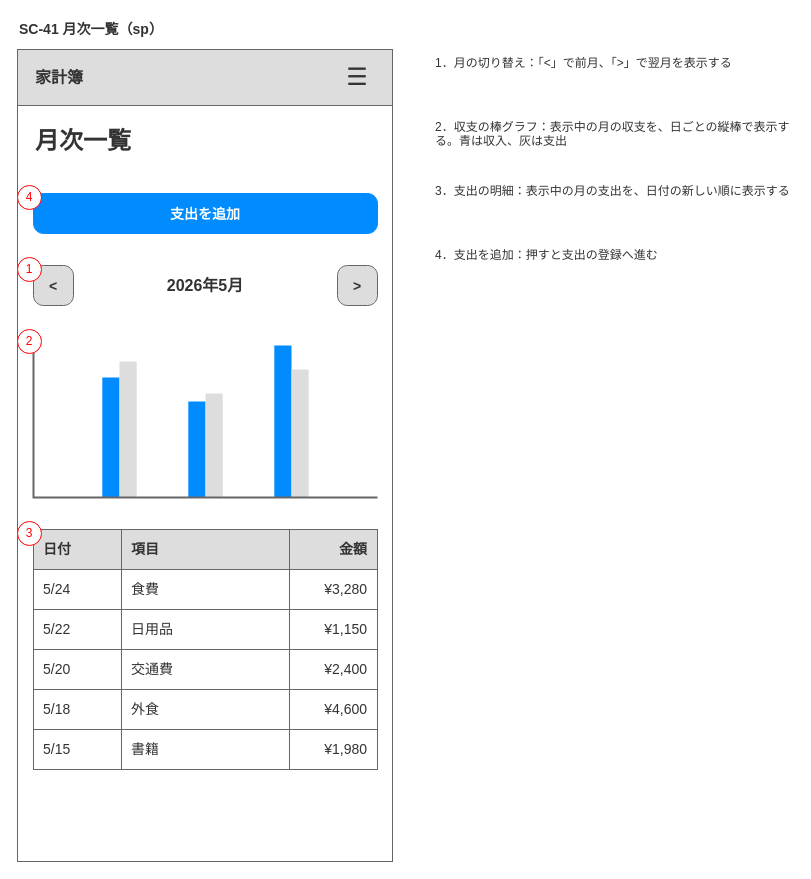
This is page "sp" (2 of 2) of outputs/wireframes/drawio/wf-sc41-ledger.drawio from hiroshees/drawio-design-kit, a draw.io file, before an edit. Source tidied: cells renumbered, new cells numbered last; positions are measured from the earlier drawing's top-left corner, leaving out a move shared by most shapes. Both pictures are drawn from the tidied source at 100%, with x=0, y=0 at pixel (17, 17).
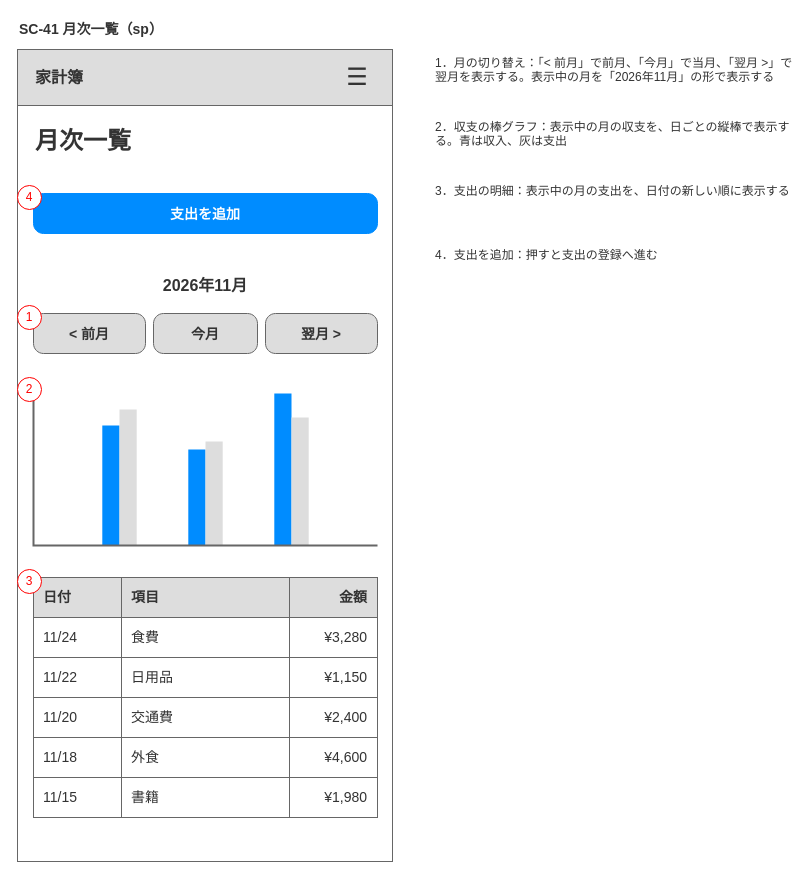
After the change.

Change to the diagram source:
```diff
@@
-    <mxCell id="11" style="shape=mxgraph.mockup.buttons.button;html=1;whiteSpace=wrap;mainText=&lt;;strokeColor=#666666;fillColor=#dddddd;textColor=#333333;textSize=14;" parent="2" vertex="1">
-      <mxGeometry x="16" y="248" width="40" height="40" as="geometry" />
+    <mxCell id="11" value="2026年11月" style="text;html=1;whiteSpace=wrap;align=center;verticalAlign=middle;fontSize=16;fontColor=#333333;fontStyle=1;" parent="2" vertex="1">
+      <mxGeometry x="16" y="248" width="344" height="40" as="geometry" />
     </mxCell>
-    <mxCell id="12" value="2026年5月" style="text;html=1;whiteSpace=wrap;align=center;verticalAlign=middle;fontSize=16;fontColor=#333333;fontStyle=1;" parent="2" vertex="1">
-      <mxGeometry x="64" y="248" width="248" height="40" as="geometry" />
+    <mxCell id="12" style="shape=mxgraph.mockup.buttons.button;html=1;whiteSpace=wrap;mainText=&lt; 前月;strokeColor=#666666;fillColor=#dddddd;textColor=#333333;textSize=14;" parent="2" vertex="1">
+      <mxGeometry x="16" y="296" width="112" height="40" as="geometry" />
     </mxCell>
-    <mxCell id="13" style="shape=mxgraph.mockup.buttons.button;html=1;whiteSpace=wrap;mainText=&gt;;strokeColor=#666666;fillColor=#dddddd;textColor=#333333;textSize=14;" parent="2" vertex="1">
-      <mxGeometry x="320" y="248" width="40" height="40" as="geometry" />
+    <mxCell id="13" style="shape=mxgraph.mockup.buttons.button;html=1;whiteSpace=wrap;mainText=今月;strokeColor=#666666;fillColor=#dddddd;textColor=#333333;textSize=14;" parent="2" vertex="1">
+      <mxGeometry x="136" y="296" width="104" height="40" as="geometry" />
     </mxCell>
-    <mxCell id="14" style="shape=mxgraph.mockup.graphics.columnChart;html=1;whiteSpace=wrap;strokeColor=none;strokeColor2=none;" parent="2" vertex="1">
-      <mxGeometry x="16" y="320" width="344" height="160" as="geometry" />
+    <mxCell id="14" style="shape=mxgraph.mockup.buttons.button;html=1;whiteSpace=wrap;mainText=翌月 &gt;;strokeColor=#666666;fillColor=#dddddd;textColor=#333333;textSize=14;" parent="2" vertex="1">
+      <mxGeometry x="248" y="296" width="112" height="40" as="geometry" />
     </mxCell>
-    <mxCell id="15" value="日付" style="rounded=0;whiteSpace=wrap;html=1;fillColor=#DDDDDD;strokeColor=#666666;fontSize=14;fontColor=#333333;align=left;verticalAlign=middle;spacingLeft=8;spacingRight=8;fontStyle=1;" parent="2" vertex="1">
-      <mxGeometry x="16" y="512" width="88" height="40" as="geometry" />
+    <mxCell id="15" style="shape=mxgraph.mockup.graphics.columnChart;html=1;whiteSpace=wrap;strokeColor=none;strokeColor2=none;" parent="2" vertex="1">
+      <mxGeometry x="16" y="368" width="344" height="160" as="geometry" />
     </mxCell>
-    <mxCell id="16" value="項目" style="rounded=0;whiteSpace=wrap;html=1;fillColor=#DDDDDD;strokeColor=#666666;fontSize=14;fontColor=#333333;align=left;verticalAlign=middle;spacingLeft=8;spacingRight=8;fontStyle=1;" parent="2" vertex="1">
-      <mxGeometry x="104" y="512" width="168" height="40" as="geometry" />
+    <mxCell id="16" value="日付" style="rounded=0;whiteSpace=wrap;html=1;fillColor=#DDDDDD;strokeColor=#666666;fontSize=14;fontColor=#333333;align=left;verticalAlign=middle;spacingLeft=8;spacingRight=8;fontStyle=1;" parent="2" vertex="1">
+      <mxGeometry x="16" y="560" width="88" height="40" as="geometry" />
     </mxCell>
-    <mxCell id="17" value="金額" style="rounded=0;whiteSpace=wrap;html=1;fillColor=#DDDDDD;strokeColor=#666666;fontSize=14;fontColor=#333333;align=right;verticalAlign=middle;spacingLeft=8;spacingRight=8;fontStyle=1;" parent="2" vertex="1">
-      <mxGeometry x="272" y="512" width="88" height="40" as="geometry" />
+    <mxCell id="17" value="項目" style="rounded=0;whiteSpace=wrap;html=1;fillColor=#DDDDDD;strokeColor=#666666;fontSize=14;fontColor=#333333;align=left;verticalAlign=middle;spacingLeft=8;spacingRight=8;fontStyle=1;" parent="2" vertex="1">
+      <mxGeometry x="104" y="560" width="168" height="40" as="geometry" />
     </mxCell>
-    <mxCell id="18" value="5/24" style="rounded=0;whiteSpace=wrap;html=1;fillColor=#FFFFFF;strokeColor=#666666;fontSize=14;fontColor=#333333;align=left;verticalAlign=middle;spacingLeft=8;spacingRight=8;" parent="2" vertex="1">
-      <mxGeometry x="16" y="552" width="88" height="40" as="geometry" />
+    <mxCell id="18" value="金額" style="rounded=0;whiteSpace=wrap;html=1;fillColor=#DDDDDD;strokeColor=#666666;fontSize=14;fontColor=#333333;align=right;verticalAlign=middle;spacingLeft=8;spacingRight=8;fontStyle=1;" parent="2" vertex="1">
+      <mxGeometry x="272" y="560" width="88" height="40" as="geometry" />
     </mxCell>
-    <mxCell id="19" value="食費" style="rounded=0;whiteSpace=wrap;html=1;fillColor=#FFFFFF;strokeColor=#666666;fontSize=14;fontColor=#333333;align=left;verticalAlign=middle;spacingLeft=8;spacingRight=8;" parent="2" vertex="1">
-      <mxGeometry x="104" y="552" width="168" height="40" as="geometry" />
+    <mxCell id="19" value="11/24" style="rounded=0;whiteSpace=wrap;html=1;fillColor=#FFFFFF;strokeColor=#666666;fontSize=14;fontColor=#333333;align=left;verticalAlign=middle;spacingLeft=8;spacingRight=8;" parent="2" vertex="1">
+      <mxGeometry x="16" y="600" width="88" height="40" as="geometry" />
     </mxCell>
-    <mxCell id="20" value="¥3,280" style="rounded=0;whiteSpace=wrap;html=1;fillColor=#FFFFFF;strokeColor=#666666;fontSize=14;fontColor=#333333;align=right;verticalAlign=middle;spacingLeft=8;spacingRight=8;" parent="2" vertex="1">
-      <mxGeometry x="272" y="552" width="88" height="40" as="geometry" />
+    <mxCell id="20" value="食費" style="rounded=0;whiteSpace=wrap;html=1;fillColor=#FFFFFF;strokeColor=#666666;fontSize=14;fontColor=#333333;align=left;verticalAlign=middle;spacingLeft=8;spacingRight=8;" parent="2" vertex="1">
+      <mxGeometry x="104" y="600" width="168" height="40" as="geometry" />
     </mxCell>
-    <mxCell id="21" value="5/22" style="rounded=0;whiteSpace=wrap;html=1;fillColor=#FFFFFF;strokeColor=#666666;fontSize=14;fontColor=#333333;align=left;verticalAlign=middle;spacingLeft=8;spacingRight=8;" parent="2" vertex="1">
-      <mxGeometry x="16" y="592" width="88" height="40" as="geometry" />
+    <mxCell id="21" value="¥3,280" style="rounded=0;whiteSpace=wrap;html=1;fillColor=#FFFFFF;strokeColor=#666666;fontSize=14;fontColor=#333333;align=right;verticalAlign=middle;spacingLeft=8;spacingRight=8;" parent="2" vertex="1">
+      <mxGeometry x="272" y="600" width="88" height="40" as="geometry" />
     </mxCell>
-    <mxCell id="22" value="日用品" style="rounded=0;whiteSpace=wrap;html=1;fillColor=#FFFFFF;strokeColor=#666666;fontSize=14;fontColor=#333333;align=left;verticalAlign=middle;spacingLeft=8;spacingRight=8;" parent="2" vertex="1">
-      <mxGeometry x="104" y="592" width="168" height="40" as="geometry" />
+    <mxCell id="22" value="11/22" style="rounded=0;whiteSpace=wrap;html=1;fillColor=#FFFFFF;strokeColor=#666666;fontSize=14;fontColor=#333333;align=left;verticalAlign=middle;spacingLeft=8;spacingRight=8;" parent="2" vertex="1">
+      <mxGeometry x="16" y="640" width="88" height="40" as="geometry" />
     </mxCell>
-    <mxCell id="23" value="¥1,150" style="rounded=0;whiteSpace=wrap;html=1;fillColor=#FFFFFF;strokeColor=#666666;fontSize=14;fontColor=#333333;align=right;verticalAlign=middle;spacingLeft=8;spacingRight=8;" parent="2" vertex="1">
-      <mxGeometry x="272" y="592" width="88" height="40" as="geometry" />
+    <mxCell id="23" value="日用品" style="rounded=0;whiteSpace=wrap;html=1;fillColor=#FFFFFF;strokeColor=#666666;fontSize=14;fontColor=#333333;align=left;verticalAlign=middle;spacingLeft=8;spacingRight=8;" parent="2" vertex="1">
+      <mxGeometry x="104" y="640" width="168" height="40" as="geometry" />
     </mxCell>
-    <mxCell id="24" value="5/20" style="rounded=0;whiteSpace=wrap;html=1;fillColor=#FFFFFF;strokeColor=#666666;fontSize=14;fontColor=#333333;align=left;verticalAlign=middle;spacingLeft=8;spacingRight=8;" parent="2" vertex="1">
-      <mxGeometry x="16" y="632" width="88" height="40" as="geometry" />
+    <mxCell id="24" value="¥1,150" style="rounded=0;whiteSpace=wrap;html=1;fillColor=#FFFFFF;strokeColor=#666666;fontSize=14;fontColor=#333333;align=right;verticalAlign=middle;spacingLeft=8;spacingRight=8;" parent="2" vertex="1">
+      <mxGeometry x="272" y="640" width="88" height="40" as="geometry" />
     </mxCell>
-    <mxCell id="25" value="交通費" style="rounded=0;whiteSpace=wrap;html=1;fillColor=#FFFFFF;strokeColor=#666666;fontSize=14;fontColor=#333333;align=left;verticalAlign=middle;spacingLeft=8;spacingRight=8;" parent="2" vertex="1">
-      <mxGeometry x="104" y="632" width="168" height="40" as="geometry" />
+    <mxCell id="25" value="11/20" style="rounded=0;whiteSpace=wrap;html=1;fillColor=#FFFFFF;strokeColor=#666666;fontSize=14;fontColor=#333333;align=left;verticalAlign=middle;spacingLeft=8;spacingRight=8;" parent="2" vertex="1">
+      <mxGeometry x="16" y="680" width="88" height="40" as="geometry" />
     </mxCell>
-    <mxCell id="26" value="¥2,400" style="rounded=0;whiteSpace=wrap;html=1;fillColor=#FFFFFF;strokeColor=#666666;fontSize=14;fontColor=#333333;align=right;verticalAlign=middle;spacingLeft=8;spacingRight=8;" parent="2" vertex="1">
-      <mxGeometry x="272" y="632" width="88" height="40" as="geometry" />
+    <mxCell id="26" value="交通費" style="rounded=0;whiteSpace=wrap;html=1;fillColor=#FFFFFF;strokeColor=#666666;fontSize=14;fontColor=#333333;align=left;verticalAlign=middle;spacingLeft=8;spacingRight=8;" parent="2" vertex="1">
+      <mxGeometry x="104" y="680" width="168" height="40" as="geometry" />
     </mxCell>
-    <mxCell id="27" value="5/18" style="rounded=0;whiteSpace=wrap;html=1;fillColor=#FFFFFF;strokeColor=#666666;fontSize=14;fontColor=#333333;align=left;verticalAlign=middle;spacingLeft=8;spacingRight=8;" parent="2" vertex="1">
-      <mxGeometry x="16" y="672" width="88" height="40" as="geometry" />
+    <mxCell id="27" value="¥2,400" style="rounded=0;whiteSpace=wrap;html=1;fillColor=#FFFFFF;strokeColor=#666666;fontSize=14;fontColor=#333333;align=right;verticalAlign=middle;spacingLeft=8;spacingRight=8;" parent="2" vertex="1">
+      <mxGeometry x="272" y="680" width="88" height="40" as="geometry" />
     </mxCell>
-    <mxCell id="28" value="外食" style="rounded=0;whiteSpace=wrap;html=1;fillColor=#FFFFFF;strokeColor=#666666;fontSize=14;fontColor=#333333;align=left;verticalAlign=middle;spacingLeft=8;spacingRight=8;" parent="2" vertex="1">
-      <mxGeometry x="104" y="672" width="168" height="40" as="geometry" />
+    <mxCell id="28" value="11/18" style="rounded=0;whiteSpace=wrap;html=1;fillColor=#FFFFFF;strokeColor=#666666;fontSize=14;fontColor=#333333;align=left;verticalAlign=middle;spacingLeft=8;spacingRight=8;" parent="2" vertex="1">
+      <mxGeometry x="16" y="720" width="88" height="40" as="geometry" />
     </mxCell>
-    <mxCell id="29" value="¥4,600" style="rounded=0;whiteSpace=wrap;html=1;fillColor=#FFFFFF;strokeColor=#666666;fontSize=14;fontColor=#333333;align=right;verticalAlign=middle;spacingLeft=8;spacingRight=8;" parent="2" vertex="1">
-      <mxGeometry x="272" y="672" width="88" height="40" as="geometry" />
+    <mxCell id="29" value="外食" style="rounded=0;whiteSpace=wrap;html=1;fillColor=#FFFFFF;strokeColor=#666666;fontSize=14;fontColor=#333333;align=left;verticalAlign=middle;spacingLeft=8;spacingRight=8;" parent="2" vertex="1">
+      <mxGeometry x="104" y="720" width="168" height="40" as="geometry" />
     </mxCell>
-    <mxCell id="30" value="5/15" style="rounded=0;whiteSpace=wrap;html=1;fillColor=#FFFFFF;strokeColor=#666666;fontSize=14;fontColor=#333333;align=left;verticalAlign=middle;spacingLeft=8;spacingRight=8;" parent="2" vertex="1">
-      <mxGeometry x="16" y="712" width="88" height="40" as="geometry" />
+    <mxCell id="30" value="¥4,600" style="rounded=0;whiteSpace=wrap;html=1;fillColor=#FFFFFF;strokeColor=#666666;fontSize=14;fontColor=#333333;align=right;verticalAlign=middle;spacingLeft=8;spacingRight=8;" parent="2" vertex="1">
+      <mxGeometry x="272" y="720" width="88" height="40" as="geometry" />
     </mxCell>
-    <mxCell id="31" value="書籍" style="rounded=0;whiteSpace=wrap;html=1;fillColor=#FFFFFF;strokeColor=#666666;fontSize=14;fontColor=#333333;align=left;verticalAlign=middle;spacingLeft=8;spacingRight=8;" parent="2" vertex="1">
-      <mxGeometry x="104" y="712" width="168" height="40" as="geometry" />
+    <mxCell id="31" value="11/15" style="rounded=0;whiteSpace=wrap;html=1;fillColor=#FFFFFF;strokeColor=#666666;fontSize=14;fontColor=#333333;align=left;verticalAlign=middle;spacingLeft=8;spacingRight=8;" parent="2" vertex="1">
+      <mxGeometry x="16" y="760" width="88" height="40" as="geometry" />
     </mxCell>
-    <mxCell id="32" value="¥1,980" style="rounded=0;whiteSpace=wrap;html=1;fillColor=#FFFFFF;strokeColor=#666666;fontSize=14;fontColor=#333333;align=right;verticalAlign=middle;spacingLeft=8;spacingRight=8;" parent="2" vertex="1">
-      <mxGeometry x="272" y="712" width="88" height="40" as="geometry" />
+    <mxCell id="32" value="書籍" style="rounded=0;whiteSpace=wrap;html=1;fillColor=#FFFFFF;strokeColor=#666666;fontSize=14;fontColor=#333333;align=left;verticalAlign=middle;spacingLeft=8;spacingRight=8;" parent="2" vertex="1">
+      <mxGeometry x="104" y="760" width="168" height="40" as="geometry" />
     </mxCell>
-    <mxCell id="33" value="1" style="ellipse;whiteSpace=wrap;html=1;fillColor=#FFFFFF;strokeColor=#FF0000;fontColor=#FF0000;fontSize=12;" parent="3" vertex="1">
-      <mxGeometry y="240" width="24" height="24" as="geometry" />
+    <mxCell id="33" value="¥1,980" style="rounded=0;whiteSpace=wrap;html=1;fillColor=#FFFFFF;strokeColor=#666666;fontSize=14;fontColor=#333333;align=right;verticalAlign=middle;spacingLeft=8;spacingRight=8;" parent="2" vertex="1">
+      <mxGeometry x="272" y="760" width="88" height="40" as="geometry" />
     </mxCell>
-    <mxCell id="34" value="1．月の切り替え：「&lt;」で前月、「&gt;」で翌月を表示する" style="text;html=1;whiteSpace=wrap;align=left;verticalAlign=top;fontSize=12;fontColor=#333333;" parent="3" vertex="1">
-      <mxGeometry x="416" y="32" width="360" height="56" as="geometry" />
+    <mxCell id="34" value="1" style="ellipse;whiteSpace=wrap;html=1;fillColor=#FFFFFF;strokeColor=#FF0000;fontColor=#FF0000;fontSize=12;" parent="3" vertex="1">
+      <mxGeometry y="288" width="24" height="24" as="geometry" />
     </mxCell>
-    <mxCell id="35" value="2" style="ellipse;whiteSpace=wrap;html=1;fillColor=#FFFFFF;strokeColor=#FF0000;fontColor=#FF0000;fontSize=12;" parent="3" vertex="1">
-      <mxGeometry y="312" width="24" height="24" as="geometry" />
+    <mxCell id="35" value="1．月の切り替え：「&lt; 前月」で前月、「今月」で当月、「翌月 &gt;」で翌月を表示する。表示中の月を「2026年11月」の形で表示する" style="text;html=1;whiteSpace=wrap;align=left;verticalAlign=top;fontSize=12;fontColor=#333333;" parent="3" vertex="1">
+      <mxGeometry x="416" y="32" width="360" height="56" as="geometry" />
     </mxCell>
-    <mxCell id="36" value="2．収支の棒グラフ：表示中の月の収支を、日ごとの縦棒で表示する。青は収入、灰は支出" style="text;html=1;whiteSpace=wrap;align=left;verticalAlign=top;fontSize=12;fontColor=#333333;" parent="3" vertex="1">
-      <mxGeometry x="416" y="96" width="360" height="56" as="geometry" />
+    <mxCell id="36" value="2" style="ellipse;whiteSpace=wrap;html=1;fillColor=#FFFFFF;strokeColor=#FF0000;fontColor=#FF0000;fontSize=12;" parent="3" vertex="1">
+      <mxGeometry y="360" width="24" height="24" as="geometry" />
     </mxCell>
-    <mxCell id="37" value="3" style="ellipse;whiteSpace=wrap;html=1;fillColor=#FFFFFF;strokeColor=#FF0000;fontColor=#FF0000;fontSize=12;" parent="3" vertex="1">
-      <mxGeometry y="504" width="24" height="24" as="geometry" />
+    <mxCell id="37" value="2．収支の棒グラフ：表示中の月の収支を、日ごとの縦棒で表示する。青は収入、灰は支出" style="text;html=1;whiteSpace=wrap;align=left;verticalAlign=top;fontSize=12;fontColor=#333333;" parent="3" vertex="1">
+      <mxGeometry x="416" y="96" width="360" height="56" as="geometry" />
     </mxCell>
-    <mxCell id="38" value="3．支出の明細：表示中の月の支出を、日付の新しい順に表示する" style="text;html=1;whiteSpace=wrap;align=left;verticalAlign=top;fontSize=12;fontColor=#333333;" parent="3" vertex="1">
-      <mxGeometry x="416" y="160" width="360" height="56" as="geometry" />
+    <mxCell id="38" value="3" style="ellipse;whiteSpace=wrap;html=1;fillColor=#FFFFFF;strokeColor=#FF0000;fontColor=#FF0000;fontSize=12;" parent="3" vertex="1">
+      <mxGeometry y="552" width="24" height="24" as="geometry" />
     </mxCell>
-    <mxCell id="39" value="4" style="ellipse;whiteSpace=wrap;html=1;fillColor=#FFFFFF;strokeColor=#FF0000;fontColor=#FF0000;fontSize=12;" parent="3" vertex="1">
-      <mxGeometry y="168" width="24" height="24" as="geometry" />
+    <mxCell id="39" value="3．支出の明細：表示中の月の支出を、日付の新しい順に表示する" style="text;html=1;whiteSpace=wrap;align=left;verticalAlign=top;fontSize=12;fontColor=#333333;" parent="3" vertex="1">
+      <mxGeometry x="416" y="160" width="360" height="56" as="geometry" />
     </mxCell>
-    <mxCell id="40" value="4．支出を追加：押すと支出の登録へ進む" style="text;html=1;whiteSpace=wrap;align=left;verticalAlign=top;fontSize=12;fontColor=#333333;" parent="3" vertex="1">
-      <mxGeometry x="416" y="224" width="360" height="56" as="geometry" />
+    <mxCell id="40" value="4" style="ellipse;whiteSpace=wrap;html=1;fillColor=#FFFFFF;strokeColor=#FF0000;fontColor=#FF0000;fontSize=12;" parent="3" vertex="1">
+      <mxGeometry y="168" width="24" height="24" as="geometry" />
     </mxCell>
+    <mxCell id="41" value="4．支出を追加：押すと支出の登録へ進む" style="text;html=1;whiteSpace=wrap;align=left;verticalAlign=top;fontSize=12;fontColor=#333333;" parent="3" vertex="1">
+      <mxGeometry x="416" y="224" width="360" height="56" as="geometry" />
+    </mxCell>
```
